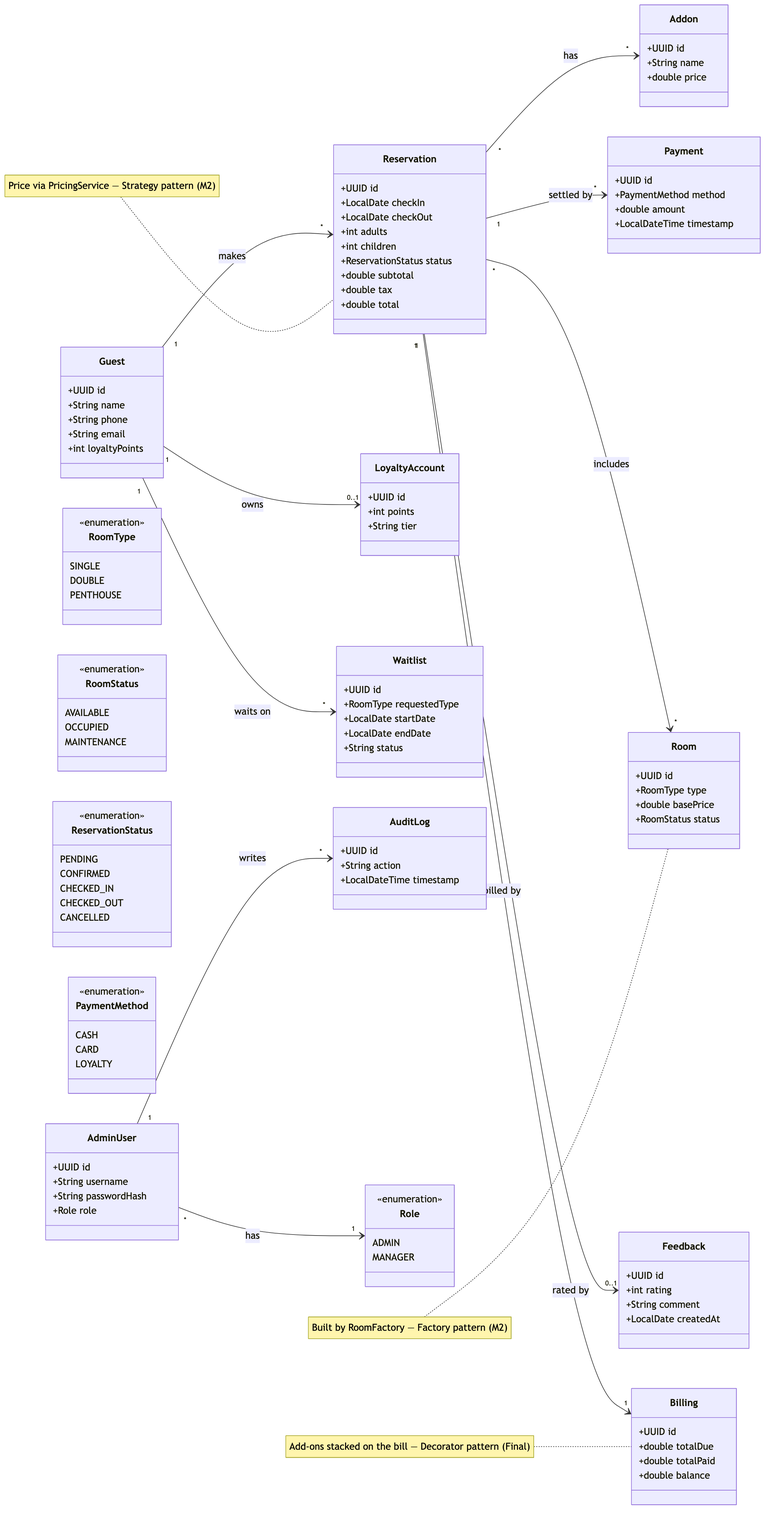
Before: design/class-diagram.png, a diagram exported from Mermaid (AjayMaan13/javafx-hms). Its source is kept beside it as design/class-diagram.mmd.
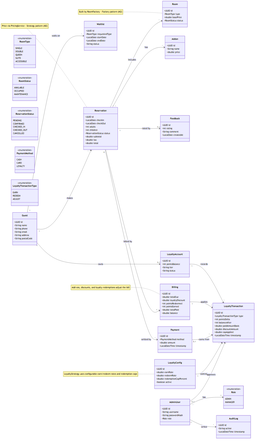
After the commit.

The edit, as a diff of the source:
```diff
@@ -6,7 +6,8 @@
         +String name
         +String phone
         +String email
-        +int loyaltyPoints
+        +String address
+        +String postalCode
     }
     class Reservation {
         +UUID id
@@ -45,13 +46,34 @@
     class Billing {
         +UUID id
         +double totalDue
+        +double loyaltyDiscount
+        +int pointsRedeemed
+        +int pointsEarned
         +double totalPaid
         +double balance
     }
     class LoyaltyAccount {
         +UUID id
-        +int points
+        +int pointsBalance
         +String tier
+        +String status
+    }
+    class LoyaltyConfig {
+        +UUID id
+        +double earnRate
+        +double redeemRate
+        +double redemptionCapPercent
+        +boolean active
+    }
+    class LoyaltyTransaction {
+        +UUID id
+        +LoyaltyTransactionType type
+        +int pointsDelta
+        +int balanceAfter
+        +double paidAmountBasis
+        +double discountAmount
+        +double capApplied
+        +LocalDateTime timestamp
     }
     class AdminUser {
         +UUID id
@@ -76,7 +98,9 @@
         <<enumeration>>
         SINGLE
         DOUBLE
-        PENTHOUSE
+        QUEEN
+        SUITE
+        ACCESSIBLE
     }
     class RoomStatus {
         <<enumeration>>
@@ -98,6 +122,12 @@
         CARD
         LOYALTY
     }
+    class LoyaltyTransactionType {
+        <<enumeration>>
+        EARN
+        REDEEM
+        ADJUST
+    }
     class Role {
         <<enumeration>>
         ADMIN
@@ -111,10 +141,16 @@
     Reservation "1" --> "0..1" Feedback : rated by
     Reservation "1" --> "1" Billing : billed by
     Guest "1" --> "0..1" LoyaltyAccount : owns
+    LoyaltyAccount "1" --> "*" LoyaltyTransaction : records
+    Billing "1" --> "*" LoyaltyTransaction : applies
+    Payment "0..1" --> "*" LoyaltyTransaction : earns from
+    LoyaltyConfig "1" --> "*" LoyaltyTransaction : controls
+    AdminUser "0..1" --> "*" LoyaltyTransaction : approves
     Guest "1" --> "*" Waitlist : waits on
     AdminUser "*" --> "1" Role : has
     AdminUser "1" --> "*" AuditLog : writes
 
-    note for Room "Built by RoomFactory — Factory pattern (M2)"
-    note for Reservation "Price via PricingService — Strategy pattern (M2)"
-    note for Billing "Add-ons stacked on the bill — Decorator pattern (Final)"
+    note for Room "Built by RoomFactory - Factory pattern (M2)"
+    note for Reservation "Price via PricingService - Strategy pattern (M2)"
+    note for Billing "Add-ons, discounts, and loyalty redemptions adjust the bill"
+    note for LoyaltyConfig "LoyaltyStrategy uses configurable earn/redeem rates and redemption caps"
```
